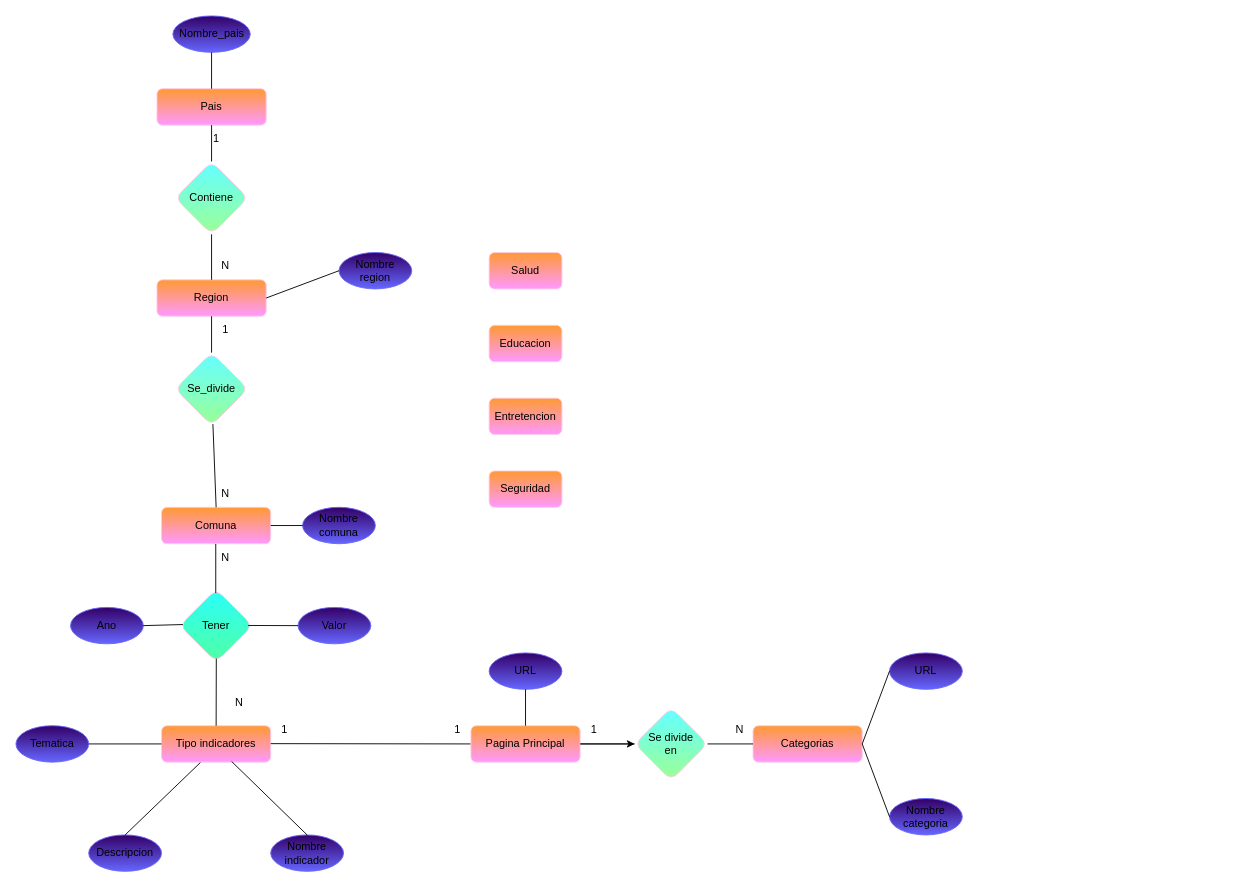
This is Parte-B/Modelorelacional.drawio from Paskiben/INFO133-equipo12, a draw.io file, before an edit. Source tidied: cells renumbered, new cells numbered last; positions are measured from the earlier drawing's top-left corner, leaving out a move shared by most shapes. Both pictures are drawn from the tidied source at 91%, with x=0, y=0 at pixel (15, 15).
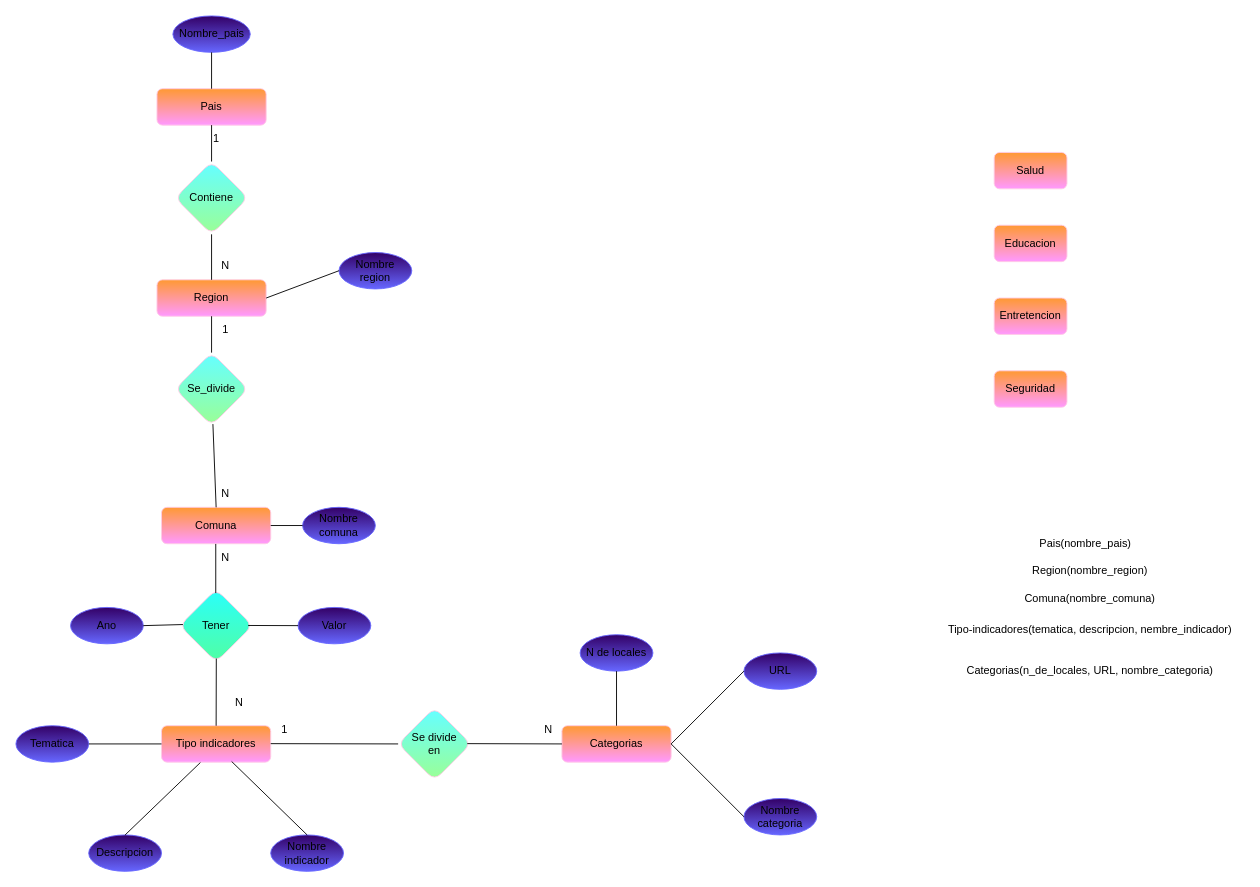
Above is the later version.

Commit message:
Co-authored-by: piroojung <piroojung@users.noreply.github.com> Co-authored-by: Espadex <UnEspada@users.noreply.github.com>

The edit, as a diff of the source:
```diff
@@
     <mxCell id="3" value="Entretencion" style="rounded=1;whiteSpace=wrap;html=1;fillColor=#FF99FF;strokeColor=#FFCCE6;fontColor=#000000;gradientColor=#FF9933;gradientDirection=north;glass=0;shadow=0;" parent="1" vertex="1">
-      <mxGeometry x="520" y="420" width="80" height="40" as="geometry" />
+      <mxGeometry x="1075" y="310" width="80" height="40" as="geometry" />
     </mxCell>
     <mxCell id="4" value="Educacion" style="rounded=1;whiteSpace=wrap;html=1;fillColor=#FF99FF;strokeColor=#FFCCE6;fontColor=#000000;gradientColor=#FF9933;gradientDirection=north;glass=0;shadow=0;" parent="1" vertex="1">
-      <mxGeometry x="520" y="340" width="80" height="40" as="geometry" />
+      <mxGeometry x="1075" y="230" width="80" height="40" as="geometry" />
     </mxCell>
     <mxCell id="5" value="Salud" style="rounded=1;whiteSpace=wrap;html=1;fillColor=#FF99FF;strokeColor=#FFCCE6;fontColor=#000000;gradientColor=#FF9933;gradientDirection=north;glass=0;shadow=0;" parent="1" vertex="1">
-      <mxGeometry x="520" y="260" width="80" height="40" as="geometry" />
+      <mxGeometry x="1075" y="150" width="80" height="40" as="geometry" />
     </mxCell>
     <mxCell id="6" value="Seguridad" style="rounded=1;whiteSpace=wrap;html=1;fillColor=#FF99FF;strokeColor=#FFCCE6;fontColor=#000000;gradientColor=#FF9933;gradientDirection=north;glass=0;shadow=0;" parent="1" vertex="1">
-      <mxGeometry x="520" y="500" width="80" height="40" as="geometry" />
+      <mxGeometry x="1075" y="390" width="80" height="40" as="geometry" />
     </mxCell>
@@
     <mxCell id="37" value="Categorias" style="rounded=1;whiteSpace=wrap;html=1;fillColor=#FF99FF;strokeColor=#FFCCE6;fontColor=#000000;gradientColor=#FF9933;gradientDirection=north;glass=0;shadow=0;" parent="1" vertex="1">
-      <mxGeometry x="810" y="780" width="120" height="40" as="geometry" />
+      <mxGeometry x="600" y="780" width="120" height="40" as="geometry" />
     </mxCell>
@@
     <mxCell id="39" value="URL" style="ellipse;whiteSpace=wrap;html=1;fillColor=#330066;gradientColor=#6666FF;strokeColor=#6666FF;gradientDirection=south;" parent="1" vertex="1">
-      <mxGeometry x="960" y="700" width="80" height="40" as="geometry" />
+      <mxGeometry x="800" y="700" width="80" height="40" as="geometry" />
     </mxCell>
     <mxCell id="40" value="Nombre&lt;br&gt;categoria" style="ellipse;whiteSpace=wrap;html=1;fillColor=#330066;gradientColor=#6666FF;strokeColor=#6666FF;gradientDirection=south;" parent="1" vertex="1">
-      <mxGeometry x="960" y="860" width="80" height="40" as="geometry" />
+      <mxGeometry x="800" y="860" width="80" height="40" as="geometry" />
     </mxCell>
@@
     <mxCell id="43" value="Se divide&lt;br&gt;en" style="rhombus;whiteSpace=wrap;html=1;rounded=1;shadow=0;glass=0;strokeColor=#FFCCE6;fontFamily=Helvetica;fontSize=12;fontColor=#000000;fillColor=#99FF99;gradientColor=#66FFFF;gradientDirection=north;" parent="1" vertex="1">
-      <mxGeometry x="680" y="760" width="80" height="80" as="geometry" />
+      <mxGeometry x="420" y="760" width="80" height="80" as="geometry" />
     </mxCell>
-    <mxCell id="44" style="endArrow=none;html=1;fontFamily=Helvetica;fontSize=12;fontColor=#000000;entryX=0;entryY=0.5;entryDx=0;entryDy=0;" parent="1" edge="1" source="43" target="37">
+    <mxCell id="44" style="endArrow=none;html=1;fontFamily=Helvetica;fontSize=12;fontColor=#000000;entryX=0;entryY=0.5;entryDx=0;entryDy=0;exitX=0.95;exitY=0.496;exitDx=0;exitDy=0;exitPerimeter=0;" parent="1" edge="1" source="43" target="37">
       <mxGeometry relative="1" as="geometry" />
     </mxCell>
-    <mxCell id="45" style="endArrow=none;html=1;fontFamily=Helvetica;fontSize=12;fontColor=#000000;entryX=0;entryY=0.5;entryDx=0;entryDy=0;" parent="1" edge="1" target="52">
+    <mxCell id="45" style="endArrow=none;html=1;fontFamily=Helvetica;fontSize=12;fontColor=#000000;entryX=0;entryY=0.5;entryDx=0;entryDy=0;" parent="1" edge="1" target="43">
       <mxGeometry relative="1" as="geometry">
         <mxPoint x="280" y="799.7" as="sourcePoint" />
       </mxGeometry>
     </mxCell>
@@
     <mxCell id="49" value="N" style="text;html=1;align=center;verticalAlign=middle;strokeColor=none;fillColor=none;" parent="1" vertex="1">
-      <mxGeometry x="780" y="770" width="30" height="30" as="geometry" />
+      <mxGeometry x="570" y="770" width="30" height="30" as="geometry" />
     </mxCell>
@@
-    <mxCell id="51" style="edgeStyle=none;html=1;" parent="1" edge="1" source="52" target="43">
-      <mxGeometry relative="1" as="geometry" />
-    </mxCell>
-    <mxCell id="52" value="Pagina Principal" style="rounded=1;whiteSpace=wrap;html=1;fillColor=#FF99FF;strokeColor=#FFCCE6;fontColor=#000000;gradientColor=#FF9933;gradientDirection=north;glass=0;shadow=0;" parent="1" vertex="1">
-      <mxGeometry x="500" y="780" width="120" height="40" as="geometry" />
-    </mxCell>
-    <mxCell id="53" style="endArrow=none;html=1;fontFamily=Helvetica;fontSize=12;fontColor=#000000;entryX=0;entryY=0.5;entryDx=0;entryDy=0;" parent="1" edge="1" target="43">
-      <mxGeometry relative="1" as="geometry">
-        <mxPoint x="620" y="800" as="sourcePoint" />
-      </mxGeometry>
-    </mxCell>
-    <mxCell id="54" value="URL" style="ellipse;whiteSpace=wrap;html=1;fillColor=#330066;gradientColor=#6666FF;strokeColor=#6666FF;gradientDirection=south;" parent="1" vertex="1">
-      <mxGeometry x="520" y="700" width="80" height="40" as="geometry" />
-    </mxCell>
-    <mxCell id="55" style="endArrow=none;html=1;fontFamily=Helvetica;fontSize=12;fontColor=#000000;entryX=0.5;entryY=1;entryDx=0;entryDy=0;exitX=0.5;exitY=0;exitDx=0;exitDy=0;" parent="1" edge="1" source="52" target="54">
-      <mxGeometry relative="1" as="geometry" />
-    </mxCell>
-    <mxCell id="56" value="1" style="text;html=1;align=center;verticalAlign=middle;strokeColor=none;fillColor=none;" parent="1" vertex="1">
-      <mxGeometry x="470" y="770" width="30" height="30" as="geometry" />
-    </mxCell>
-    <mxCell id="57" value="1" style="text;html=1;align=center;verticalAlign=middle;strokeColor=none;fillColor=none;" parent="1" vertex="1">
-      <mxGeometry x="620" y="770" width="30" height="30" as="geometry" />
-    </mxCell>
+    <mxCell id="58" value="N de locales" style="ellipse;whiteSpace=wrap;html=1;fillColor=#330066;gradientColor=#6666FF;strokeColor=#6666FF;gradientDirection=south;" parent="1" vertex="1">
+      <mxGeometry x="620" y="680" width="80" height="40" as="geometry" />
+    </mxCell>
+    <mxCell id="59" style="endArrow=none;html=1;entryX=0.5;entryY=1;entryDx=0;entryDy=0;exitX=0.5;exitY=0;exitDx=0;exitDy=0;" parent="1" edge="1" source="37" target="58">
+      <mxGeometry relative="1" as="geometry" />
+    </mxCell>
+    <mxCell id="60" value="Pais(nombre_pais)" style="text;html=1;align=center;verticalAlign=middle;strokeColor=none;fillColor=none;" parent="1" vertex="1">
+      <mxGeometry x="1115" y="565" width="120" height="30" as="geometry" />
+    </mxCell>
+    <mxCell id="61" value="Region(nombre_region)" style="text;html=1;align=center;verticalAlign=middle;strokeColor=none;fillColor=none;" parent="1" vertex="1">
+      <mxGeometry x="1105" y="595" width="150" height="30" as="geometry" />
+    </mxCell>
+    <mxCell id="62" value="Comuna(nombre_comuna)" style="text;html=1;align=center;verticalAlign=middle;strokeColor=none;fillColor=none;" parent="1" vertex="1">
+      <mxGeometry x="1095" y="625" width="170" height="30" as="geometry" />
+    </mxCell>
+    <mxCell id="63" value="Tipo-indicadores(tematica, descripcion, nembre_indicador)" style="text;html=1;align=center;verticalAlign=middle;strokeColor=none;fillColor=none;" parent="1" vertex="1">
+      <mxGeometry x="1010" y="660" width="340" height="30" as="geometry" />
+    </mxCell>
+    <mxCell id="64" value="Categorias(n_de_locales, URL, nombre_categoria)" style="text;html=1;align=center;verticalAlign=middle;strokeColor=none;fillColor=none;" parent="1" vertex="1">
+      <mxGeometry x="1035" y="705" width="290" height="30" as="geometry" />
+    </mxCell>
```
